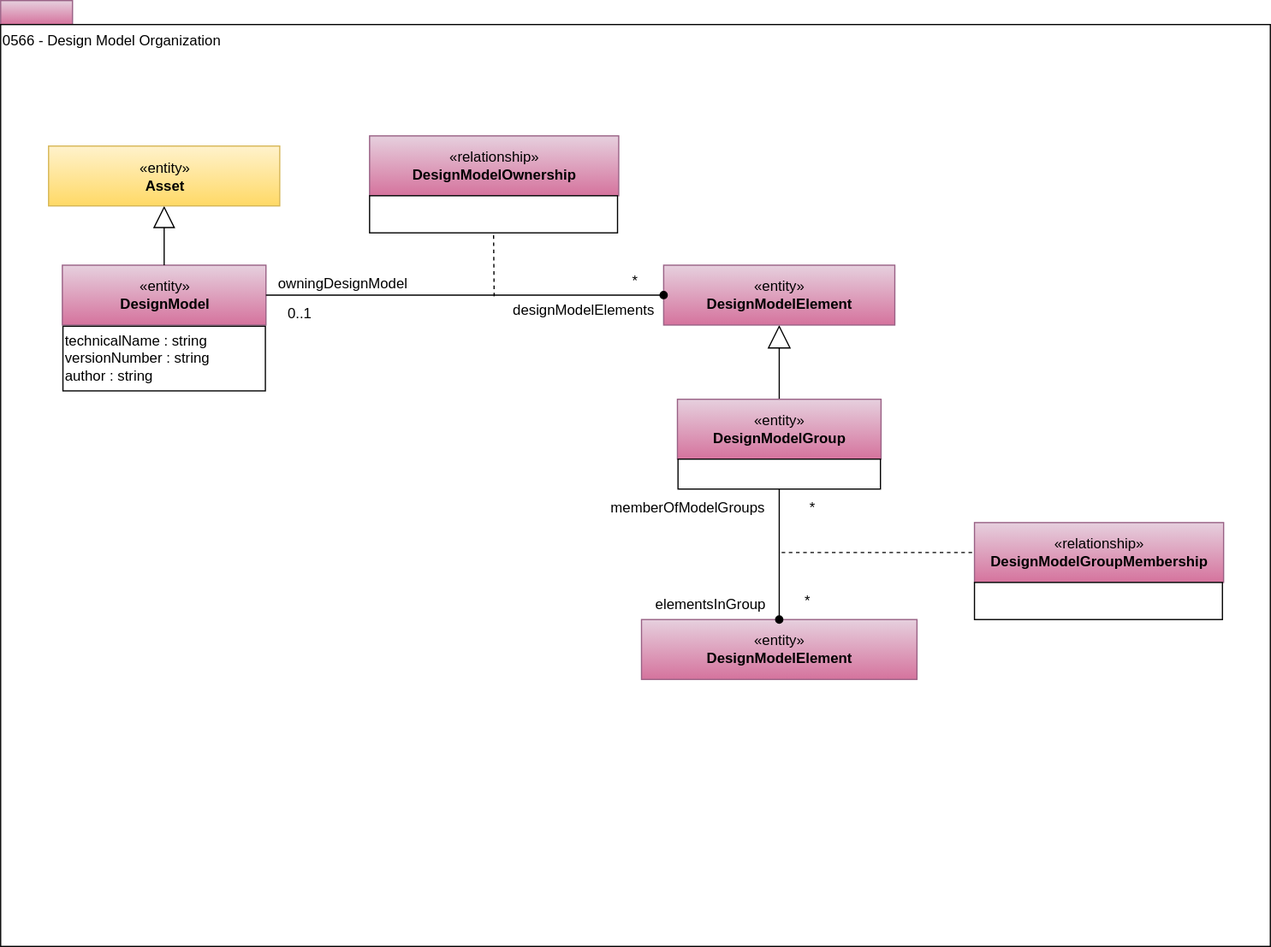
odpi/egeria-docs keeps this draw.io diagram as site/docs/types/5/0566-Design-Model-Organization.svg. Above is the earlier version. Source tidied: cells renumbered, new cells last; positions are measured from the earlier drawing's top-left corner, leaving out a move shared by most shapes.
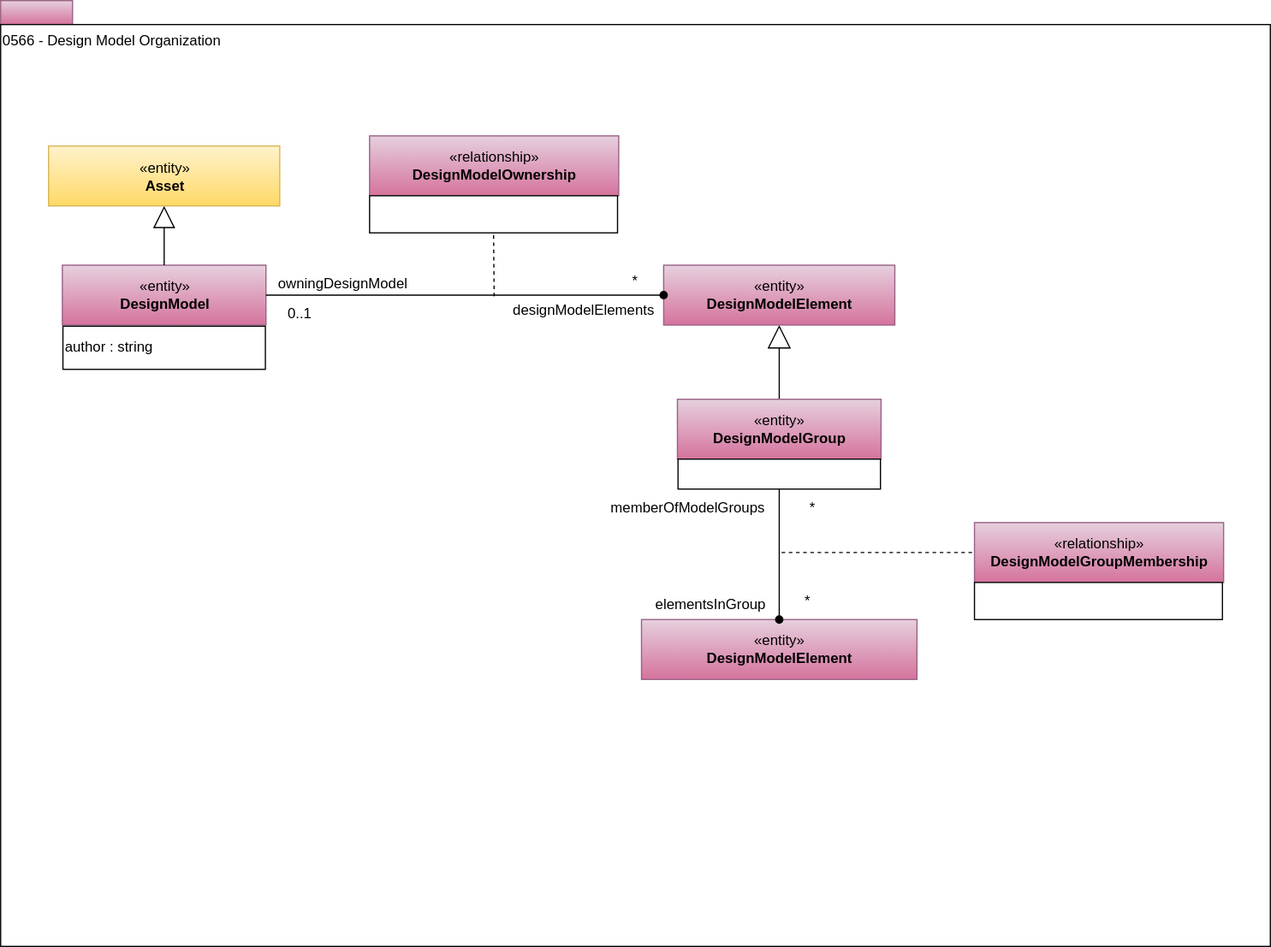
After the change.

Change to the diagram source:
```diff
@@ -31,8 +31,8 @@
     <mxCell id="10" value="«entity»&lt;br&gt;&lt;b&gt;DesignModel&lt;/b&gt;" style="html=1;strokeColor=#996185;align=center;fillColor=#e6d0de;gradientColor=#d5739d;" parent="1" vertex="1">
       <mxGeometry x="51.5" y="221" width="170" height="50" as="geometry" />
     </mxCell>
-    <mxCell id="11" value="technicalName : string&lt;br&gt;versionNumber : string&lt;br&gt;author : string&lt;span&gt;&lt;br&gt;&lt;/span&gt;" style="rounded=0;whiteSpace=wrap;html=1;strokeColor=#000000;gradientColor=#ffffff;align=left;" parent="1" vertex="1">
-      <mxGeometry x="52" y="272" width="169" height="54" as="geometry" />
+    <mxCell id="11" value="author : string&lt;span&gt;&lt;br&gt;&lt;/span&gt;" style="rounded=0;whiteSpace=wrap;html=1;strokeColor=#000000;gradientColor=#ffffff;align=left;" parent="1" vertex="1">
+      <mxGeometry x="52" y="272" width="169" height="36" as="geometry" />
     </mxCell>
     <mxCell id="12" style="edgeStyle=orthogonalEdgeStyle;rounded=0;jettySize=auto;html=1;endArrow=block;endFill=0;endSize=16;entryX=0.5;entryY=1;entryDx=0;entryDy=0;" parent="1" edge="1" source="10" target="26">
       <mxGeometry relative="1" as="geometry">
```
